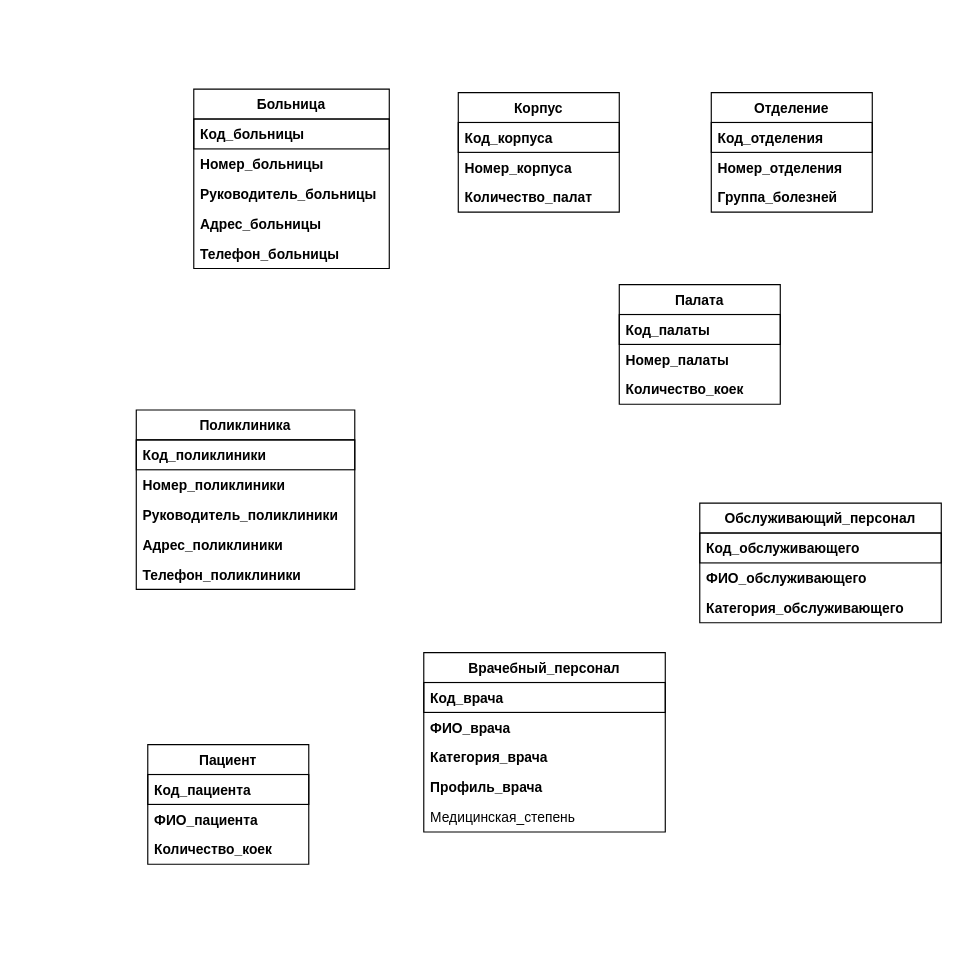
Above: bolnitsa.drawio in glushul/glushul (draw.io), before the change. Source tidied: cells renumbered, new cells numbered last; positions are measured from the earlier drawing's top-left corner, leaving out a move shared by most shapes. Both pictures are drawn from the tidied source at 115%, with x=0, y=0 at pixel (136, 89).
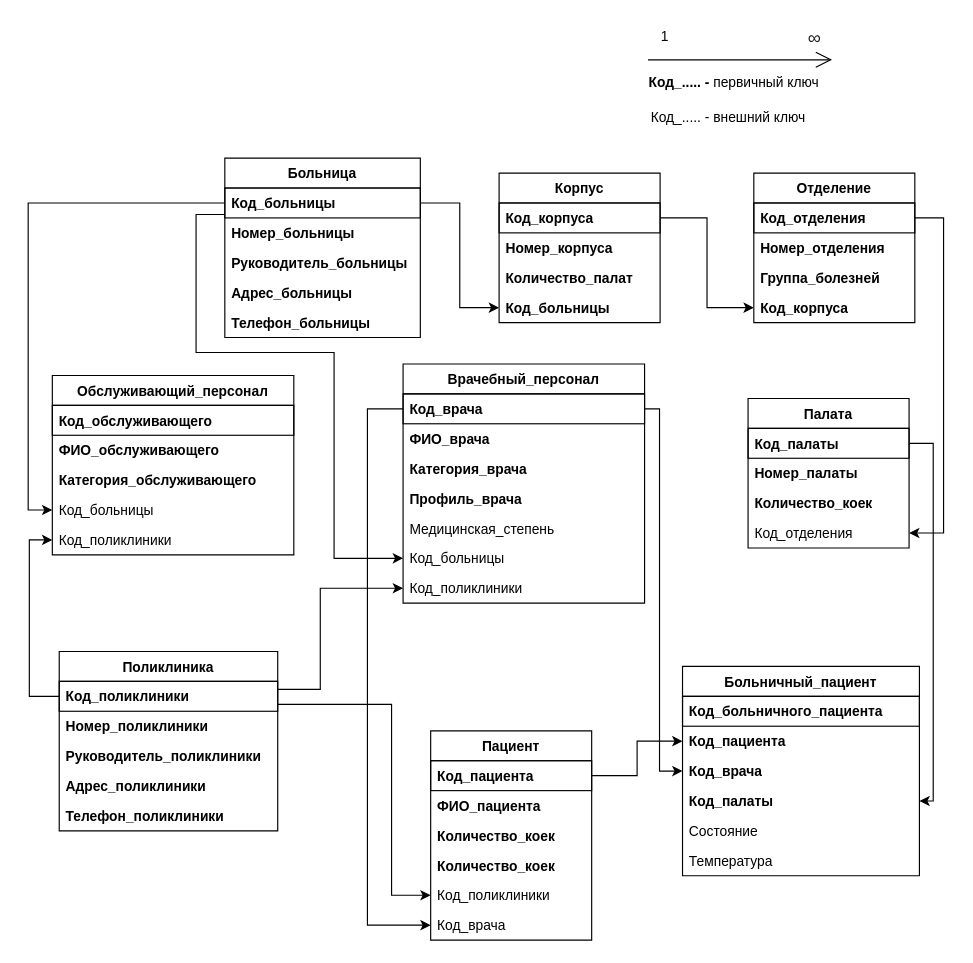
The same diagram, later.

The change refers to these unchanged cells:
```xml
<mxCell id="3" value="Код_больницы" style="text;strokeColor=default;fillColor=none;align=left;verticalAlign=top;spacingLeft=4;spacingRight=4;overflow=hidden;points=[[0,0.5],[1,0.5]];portConstraint=eastwest;fontStyle=1;" parent="2" vertex="1">
  <mxGeometry y="26" width="170" height="26" as="geometry" />
</mxCell>
<mxCell id="9" value="Код_отделения" style="text;strokeColor=default;fillColor=none;align=left;verticalAlign=top;spacingLeft=4;spacingRight=4;overflow=hidden;points=[[0,0.5],[1,0.5]];portConstraint=eastwest;fontStyle=1;" parent="8" vertex="1">
  <mxGeometry y="26" width="140" height="26" as="geometry" />
</mxCell>
<mxCell id="13" value="Код_корпуса" style="text;strokeColor=default;fillColor=none;align=left;verticalAlign=top;spacingLeft=4;spacingRight=4;overflow=hidden;points=[[0,0.5],[1,0.5]];portConstraint=eastwest;fontStyle=1;" parent="12" vertex="1">
  <mxGeometry y="26" width="140" height="26" as="geometry" />
</mxCell>
<mxCell id="17" value="Код_палаты" style="text;strokeColor=default;fillColor=none;align=left;verticalAlign=top;spacingLeft=4;spacingRight=4;overflow=hidden;points=[[0,0.5],[1,0.5]];portConstraint=eastwest;fontStyle=1;" parent="16" vertex="1">
  <mxGeometry y="26" width="140" height="26" as="geometry" />
</mxCell>
<mxCell id="27" value="Код_врача" style="text;strokeColor=default;fillColor=none;align=left;verticalAlign=top;spacingLeft=4;spacingRight=4;overflow=hidden;points=[[0,0.5],[1,0.5]];portConstraint=eastwest;fontStyle=1;" parent="26" vertex="1">
  <mxGeometry y="26" width="210" height="26" as="geometry" />
</mxCell>
<mxCell id="37" value="Код_пациента" style="text;strokeColor=default;fillColor=none;align=left;verticalAlign=top;spacingLeft=4;spacingRight=4;overflow=hidden;points=[[0,0.5],[1,0.5]];portConstraint=eastwest;fontStyle=1;" parent="36" vertex="1">
  <mxGeometry y="26" width="140" height="26" as="geometry" />
</mxCell>
```

Diff of the diagram source:
```diff
@@
     <mxCell id="2" value="Больница" style="swimlane;fontStyle=1;horizontal=1;startSize=26;fillColor=none;" parent="1" vertex="1">
-      <mxGeometry x="50" width="170" height="156" as="geometry" />
+      <mxGeometry x="77" y="60" width="170" height="156" as="geometry" />
     </mxCell>
@@
     <mxCell id="8" value="Отделение" style="swimlane;fontStyle=1;horizontal=1;startSize=26;fillColor=none;strokeColor=default;" parent="1" vertex="1">
-      <mxGeometry x="500" y="3" width="140" height="104" as="geometry" />
+      <mxGeometry x="537" y="73" width="140" height="130" as="geometry" />
     </mxCell>
@@
+    <mxCell id="40" value="Код_корпуса" style="text;strokeColor=none;fillColor=none;align=left;verticalAlign=top;spacingLeft=4;spacingRight=4;overflow=hidden;points=[[0,0.5],[1,0.5]];portConstraint=eastwest;fontStyle=1;" parent="8" vertex="1">
+      <mxGeometry y="104" width="140" height="26" as="geometry" />
+    </mxCell>
     <mxCell id="12" value="Корпус" style="swimlane;fontStyle=1;horizontal=1;startSize=26;fillColor=none;strokeColor=default;" parent="1" vertex="1">
-      <mxGeometry x="280" y="3" width="140" height="104" as="geometry" />
+      <mxGeometry x="315.5" y="73" width="140" height="130" as="geometry" />
     </mxCell>
@@
+    <mxCell id="41" value="Код_больницы" style="text;strokeColor=none;fillColor=none;align=left;verticalAlign=top;spacingLeft=4;spacingRight=4;overflow=hidden;points=[[0,0.5],[1,0.5]];portConstraint=eastwest;fontStyle=1;" parent="12" vertex="1">
+      <mxGeometry y="104" width="140" height="26" as="geometry" />
+    </mxCell>
     <mxCell id="16" value="Палата" style="swimlane;fontStyle=1;horizontal=1;startSize=26;fillColor=none;strokeColor=default;" parent="1" vertex="1">
-      <mxGeometry x="420" y="170" width="140" height="104" as="geometry" />
+      <mxGeometry x="532" y="269" width="140" height="130" as="geometry" />
     </mxCell>
@@
+    <mxCell id="42" value="Код_отделения" style="text;strokeColor=none;fillColor=none;align=left;verticalAlign=top;spacingLeft=4;spacingRight=4;overflow=hidden;points=[[0,0.5],[1,0.5]];portConstraint=eastwest;fontStyle=0;" parent="16" vertex="1">
+      <mxGeometry y="104" width="140" height="26" as="geometry" />
+    </mxCell>
     <mxCell id="20" value="Поликлиника" style="swimlane;fontStyle=1;horizontal=1;startSize=26;fillColor=none;strokeColor=default;" parent="1" vertex="1">
-      <mxGeometry y="279" width="190" height="156" as="geometry" />
+      <mxGeometry x="-67" y="489" width="190" height="156" as="geometry" />
     </mxCell>
-    <mxCell id="21" value="Код_поликлиники" style="text;strokeColor=default;fillColor=none;align=left;verticalAlign=top;spacingLeft=4;spacingRight=4;overflow=hidden;points=[[0,0.5],[1,0.5]];portConstraint=eastwest;fontStyle=1;" parent="20" vertex="1">
-      <mxGeometry y="26" width="190" height="26" as="geometry" />
-    </mxCell>
-    <mxCell id="22" value="Номер_поликлиники" style="text;strokeColor=none;fillColor=none;align=left;verticalAlign=top;spacingLeft=4;spacingRight=4;overflow=hidden;points=[[0,0.5],[1,0.5]];portConstraint=eastwest;fontStyle=1;" parent="20" vertex="1">
-      <mxGeometry y="52" width="190" height="26" as="geometry" />
+    <mxCell id="22" value="Код_поликлиники" style="text;strokeColor=default;fillColor=none;align=left;verticalAlign=top;spacingLeft=4;spacingRight=4;overflow=hidden;points=[[0,0.5],[1,0.5]];portConstraint=eastwest;fontStyle=1;" parent="20" vertex="1">
+      <mxGeometry y="26" width="190" height="26" as="geometry" />
     </mxCell>
+    <mxCell id="43" value="Номер_поликлиники" style="text;strokeColor=none;fillColor=none;align=left;verticalAlign=top;spacingLeft=4;spacingRight=4;overflow=hidden;fontStyle=1;" parent="20" vertex="1">
+      <mxGeometry y="52" width="190" height="26" as="geometry" />
+    </mxCell>
@@
     <mxCell id="26" value="Врачебный_персонал" style="swimlane;fontStyle=1;horizontal=1;startSize=26;fillColor=none;strokeColor=default;" parent="1" vertex="1">
-      <mxGeometry x="250" y="490" width="210" height="156" as="geometry" />
+      <mxGeometry x="232" y="239" width="210" height="208" as="geometry" />
     </mxCell>
@@
+    <mxCell id="44" value="Код_больницы" style="text;strokeColor=none;fillColor=none;align=left;verticalAlign=top;spacingLeft=4;spacingRight=4;overflow=hidden;points=[[0,0.5],[1,0.5]];portConstraint=eastwest;fontStyle=0;" parent="26" vertex="1">
+      <mxGeometry y="156" width="210" height="26" as="geometry" />
+    </mxCell>
+    <mxCell id="21" value="Код_поликлиники" style="text;strokeColor=none;fillColor=none;align=left;verticalAlign=top;spacingLeft=4;spacingRight=4;overflow=hidden;points=[[0,0.5],[1,0.5]];portConstraint=eastwest;fontStyle=0;" parent="26" vertex="1">
+      <mxGeometry y="182" width="210" height="26" as="geometry" />
+    </mxCell>
     <mxCell id="32" value="Обслуживающий_персонал" style="swimlane;fontStyle=1;horizontal=1;startSize=26;fillColor=none;strokeColor=default;" parent="1" vertex="1">
-      <mxGeometry x="490" y="360" width="210" height="104" as="geometry" />
+      <mxGeometry x="-73" y="249" width="210" height="156" as="geometry" />
     </mxCell>
@@
+    <mxCell id="45" value="Код_больницы" style="text;strokeColor=none;fillColor=none;align=left;verticalAlign=top;spacingLeft=4;spacingRight=4;overflow=hidden;points=[[0,0.5],[1,0.5]];portConstraint=eastwest;fontStyle=0;" parent="32" vertex="1">
+      <mxGeometry y="104" width="210" height="26" as="geometry" />
+    </mxCell>
+    <mxCell id="46" value="Код_поликлиники" style="text;strokeColor=none;fillColor=none;align=left;verticalAlign=top;spacingLeft=4;spacingRight=4;overflow=hidden;points=[[0,0.5],[1,0.5]];portConstraint=eastwest;fontStyle=0;" parent="32" vertex="1">
+      <mxGeometry y="130" width="210" height="26" as="geometry" />
+    </mxCell>
     <mxCell id="36" value="Пациент" style="swimlane;fontStyle=1;horizontal=1;startSize=26;fillColor=none;strokeColor=default;" parent="1" vertex="1">
-      <mxGeometry x="10" y="570" width="140" height="104" as="geometry" />
+      <mxGeometry x="256" y="558" width="140" height="182" as="geometry" />
     </mxCell>
@@
+    <mxCell id="47" value="Количество_коек" style="text;strokeColor=none;fillColor=none;align=left;verticalAlign=top;spacingLeft=4;spacingRight=4;overflow=hidden;fontStyle=1;" parent="36" vertex="1">
+      <mxGeometry y="78" width="140" height="26" as="geometry" />
+    </mxCell>
     <mxCell id="39" value="Количество_коек" style="text;strokeColor=none;fillColor=none;align=left;verticalAlign=top;spacingLeft=4;spacingRight=4;overflow=hidden;fontStyle=1;" parent="36" vertex="1">
-      <mxGeometry y="78" width="140" height="26" as="geometry" />
+      <mxGeometry y="104" width="140" height="26" as="geometry" />
     </mxCell>
+    <mxCell id="48" value="Код_поликлиники" style="text;strokeColor=none;fillColor=none;align=left;verticalAlign=top;spacingLeft=4;spacingRight=4;overflow=hidden;points=[[0,0.5],[1,0.5]];portConstraint=eastwest;fontStyle=0;" parent="36" vertex="1">
+      <mxGeometry y="130" width="140" height="26" as="geometry" />
+    </mxCell>
+    <mxCell id="49" value="Код_врача" style="text;strokeColor=none;fillColor=none;align=left;verticalAlign=top;spacingLeft=4;spacingRight=4;overflow=hidden;points=[[0,0.5],[1,0.5]];portConstraint=eastwest;fontStyle=0;" parent="36" vertex="1">
+      <mxGeometry y="156" width="140" height="26" as="geometry" />
+    </mxCell>
+    <mxCell id="50" value="Больничный_пациент" style="swimlane;fontStyle=1;horizontal=1;startSize=26;fillColor=default;strokeColor=default;" parent="1" vertex="1">
+      <mxGeometry x="475" y="502" width="206" height="182" as="geometry" />
+    </mxCell>
+    <mxCell id="51" value="Код_больничного_пациента" style="text;strokeColor=default;fillColor=none;align=left;verticalAlign=top;spacingLeft=4;spacingRight=4;overflow=hidden;fontStyle=1;" parent="50" vertex="1">
+      <mxGeometry y="26" width="206" height="26" as="geometry" />
+    </mxCell>
+    <mxCell id="52" value="Код_пациента" style="text;strokeColor=none;fillColor=none;align=left;verticalAlign=top;spacingLeft=4;spacingRight=4;overflow=hidden;points=[[0,0.5],[1,0.5]];portConstraint=eastwest;fontStyle=1;" parent="50" vertex="1">
+      <mxGeometry y="52" width="206" height="26" as="geometry" />
+    </mxCell>
+    <mxCell id="53" value="Код_врача" style="text;strokeColor=none;fillColor=none;align=left;verticalAlign=top;spacingLeft=4;spacingRight=4;overflow=hidden;points=[[0,0.5],[1,0.5]];portConstraint=eastwest;fontStyle=1;" parent="50" vertex="1">
+      <mxGeometry y="78" width="206" height="26" as="geometry" />
+    </mxCell>
+    <mxCell id="54" value="Код_палаты" style="text;strokeColor=none;fillColor=none;align=left;verticalAlign=top;spacingLeft=4;spacingRight=4;overflow=hidden;points=[[0,0.5],[1,0.5]];portConstraint=eastwest;fontStyle=1;" parent="50" vertex="1">
+      <mxGeometry y="104" width="206" height="26" as="geometry" />
+    </mxCell>
+    <mxCell id="55" value="Состояние" style="text;strokeColor=none;fillColor=none;align=left;verticalAlign=top;spacingLeft=4;spacingRight=4;overflow=hidden;fontStyle=0;" parent="50" vertex="1">
+      <mxGeometry y="130" width="206" height="26" as="geometry" />
+    </mxCell>
+    <mxCell id="56" value="Температура" style="text;strokeColor=none;fillColor=none;align=left;verticalAlign=top;spacingLeft=4;spacingRight=4;overflow=hidden;fontStyle=0;" parent="50" vertex="1">
+      <mxGeometry y="156" width="206" height="26" as="geometry" />
+    </mxCell>
+    <mxCell id="57" style="edgeStyle=orthogonalEdgeStyle;rounded=0;jettySize=auto;html=1;entryX=0;entryY=0.5;entryDx=0;entryDy=0;" parent="1" edge="1" source="3" target="41">
+      <mxGeometry relative="1" as="geometry" />
+    </mxCell>
+    <mxCell id="58" style="edgeStyle=orthogonalEdgeStyle;rounded=0;jettySize=auto;html=1;entryX=0;entryY=0.5;entryDx=0;entryDy=0;" parent="1" edge="1" source="13" target="40">
+      <mxGeometry relative="1" as="geometry" />
+    </mxCell>
+    <mxCell id="59" style="edgeStyle=orthogonalEdgeStyle;rounded=0;jettySize=auto;html=1;entryX=0;entryY=0.5;entryDx=0;entryDy=0;exitX=1;exitY=0.269;exitDx=0;exitDy=0;exitPerimeter=0;" parent="1" edge="1" source="22" target="21">
+      <mxGeometry relative="1" as="geometry">
+        <Array as="points">
+          <mxPoint x="160" y="522" />
+          <mxPoint x="160" y="434" />
+        </Array>
+      </mxGeometry>
+    </mxCell>
+    <mxCell id="60" style="edgeStyle=orthogonalEdgeStyle;rounded=0;jettySize=auto;html=1;entryX=0;entryY=0.5;entryDx=0;entryDy=0;" parent="1" edge="1" source="3" target="44">
+      <mxGeometry relative="1" as="geometry">
+        <Array as="points">
+          <mxPoint x="52" y="109" />
+          <mxPoint x="52" y="229" />
+          <mxPoint x="172" y="229" />
+          <mxPoint x="172" y="408" />
+        </Array>
+      </mxGeometry>
+    </mxCell>
+    <mxCell id="61" style="edgeStyle=orthogonalEdgeStyle;rounded=0;jettySize=auto;html=1;entryX=1;entryY=0.5;entryDx=0;entryDy=0;" parent="1" edge="1" source="9" target="42">
+      <mxGeometry relative="1" as="geometry">
+        <Array as="points">
+          <mxPoint x="702" y="112" />
+          <mxPoint x="702" y="386" />
+        </Array>
+      </mxGeometry>
+    </mxCell>
+    <mxCell id="62" style="edgeStyle=orthogonalEdgeStyle;rounded=0;jettySize=auto;html=1;entryX=0;entryY=0.5;entryDx=0;entryDy=0;" parent="1" edge="1" source="22" target="46">
+      <mxGeometry relative="1" as="geometry">
+        <Array as="points">
+          <mxPoint x="-93" y="528" />
+          <mxPoint x="-93" y="392" />
+        </Array>
+      </mxGeometry>
+    </mxCell>
+    <mxCell id="63" style="edgeStyle=orthogonalEdgeStyle;rounded=0;jettySize=auto;html=1;entryX=0;entryY=0.5;entryDx=0;entryDy=0;" parent="1" edge="1" source="3" target="45">
+      <mxGeometry relative="1" as="geometry">
+        <Array as="points">
+          <mxPoint x="-94" y="99" />
+          <mxPoint x="-94" y="366" />
+        </Array>
+      </mxGeometry>
+    </mxCell>
+    <mxCell id="64" style="edgeStyle=orthogonalEdgeStyle;rounded=0;jettySize=auto;html=1;entryX=0;entryY=0.5;entryDx=0;entryDy=0;" parent="1" edge="1" source="22" target="48">
+      <mxGeometry relative="1" as="geometry">
+        <Array as="points">
+          <mxPoint x="222" y="535" />
+          <mxPoint x="222" y="701" />
+        </Array>
+      </mxGeometry>
+    </mxCell>
+    <mxCell id="65" style="endArrow=open;endFill=1;endSize=12;html=1;rounded=0;" parent="1" edge="1">
+      <mxGeometry relative="1" as="geometry">
+        <mxPoint x="445" y="-25.5" as="sourcePoint" />
+        <mxPoint x="605" y="-25.5" as="targetPoint" />
+      </mxGeometry>
+    </mxCell>
+    <mxCell id="66" value="1" style="text;html=1;strokeColor=none;fillColor=none;align=center;verticalAlign=middle;whiteSpace=wrap;rounded=0;" parent="1" vertex="1">
+      <mxGeometry x="445" y="-60" width="30" height="30" as="geometry" />
+    </mxCell>
+    <mxCell id="67" value="&lt;span style=&quot;color: rgb(32 , 33 , 36) ; font-family: &amp;#34;arial&amp;#34; , sans-serif ; font-size: 16px ; text-align: left ; background-color: rgb(255 , 255 , 255)&quot;&gt;∞&lt;/span&gt;" style="text;html=1;strokeColor=none;fillColor=none;align=center;verticalAlign=middle;whiteSpace=wrap;rounded=0;" parent="1" vertex="1">
+      <mxGeometry x="575" y="-60" width="30" height="30" as="geometry" />
+    </mxCell>
+    <mxCell id="68" value="&lt;b&gt;Код_..... - &lt;/b&gt;первичный ключ" style="text;html=1;strokeColor=none;fillColor=none;align=center;verticalAlign=middle;whiteSpace=wrap;rounded=0;" parent="1" vertex="1">
+      <mxGeometry x="430" y="-20" width="180" height="30" as="geometry" />
+    </mxCell>
+    <mxCell id="69" value="Код_..... - внешний ключ" style="text;html=1;strokeColor=none;fillColor=none;align=center;verticalAlign=middle;whiteSpace=wrap;rounded=0;" parent="1" vertex="1">
+      <mxGeometry x="435" y="10" width="160" height="30" as="geometry" />
+    </mxCell>
+    <mxCell id="70" style="edgeStyle=orthogonalEdgeStyle;rounded=0;jettySize=auto;html=1;entryX=0;entryY=0.5;entryDx=0;entryDy=0;" parent="1" edge="1" source="27" target="49">
+      <mxGeometry relative="1" as="geometry">
+        <Array as="points">
+          <mxPoint x="201" y="278" />
+          <mxPoint x="201" y="727" />
+        </Array>
+      </mxGeometry>
+    </mxCell>
+    <mxCell id="71" style="edgeStyle=orthogonalEdgeStyle;rounded=0;jettySize=auto;html=1;entryX=0;entryY=0.5;entryDx=0;entryDy=0;" parent="1" edge="1" source="37" target="52">
+      <mxGeometry relative="1" as="geometry" />
+    </mxCell>
+    <mxCell id="72" style="edgeStyle=orthogonalEdgeStyle;rounded=0;jettySize=auto;html=1;exitX=1;exitY=0.5;exitDx=0;exitDy=0;" parent="1" edge="1" source="17" target="54">
+      <mxGeometry relative="1" as="geometry">
+        <Array as="points">
+          <mxPoint x="693" y="308" />
+          <mxPoint x="693" y="619" />
+        </Array>
+      </mxGeometry>
+    </mxCell>
+    <mxCell id="73" style="edgeStyle=orthogonalEdgeStyle;rounded=0;jettySize=auto;html=1;entryX=0;entryY=0.5;entryDx=0;entryDy=0;" parent="1" edge="1" source="27" target="53">
+      <mxGeometry relative="1" as="geometry">
+        <Array as="points">
+          <mxPoint x="455" y="278" />
+          <mxPoint x="455" y="593" />
+        </Array>
+      </mxGeometry>
+    </mxCell>
```
